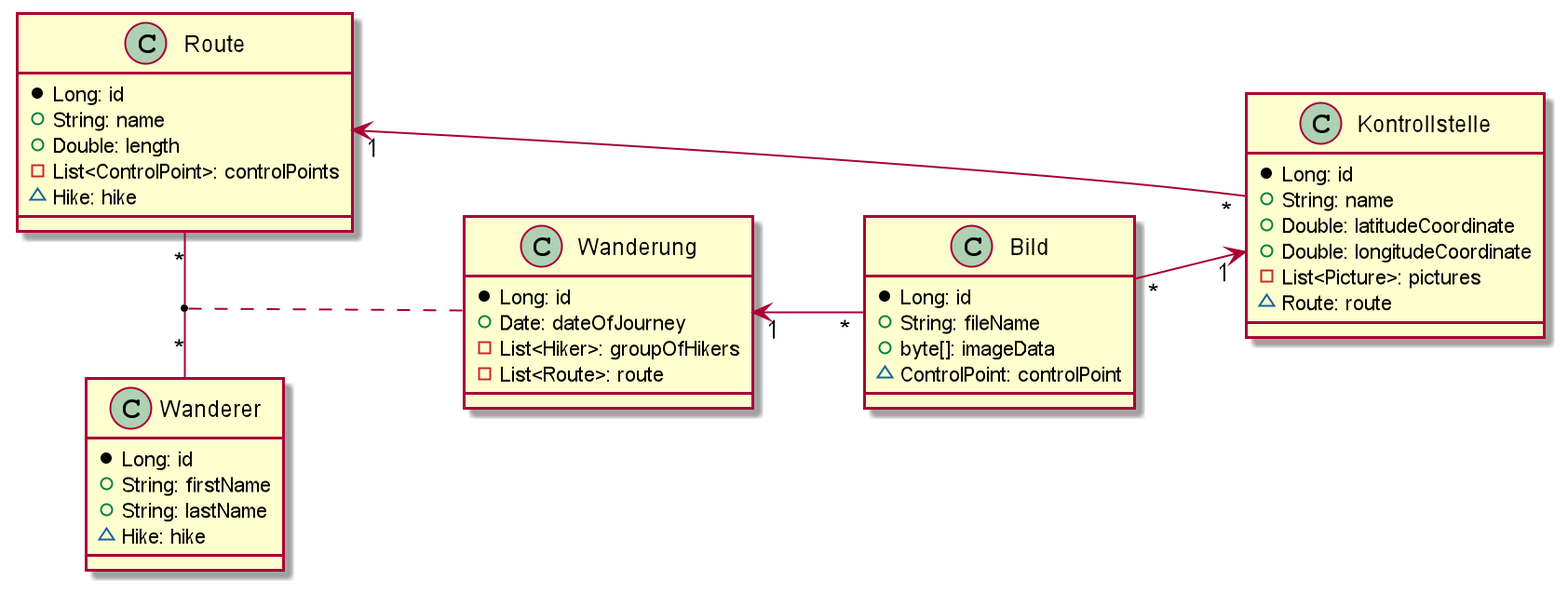
Earlier version of the PlantUML export asciidocs/images/uml.png (htl-leonding-project/primeval-forest-route).
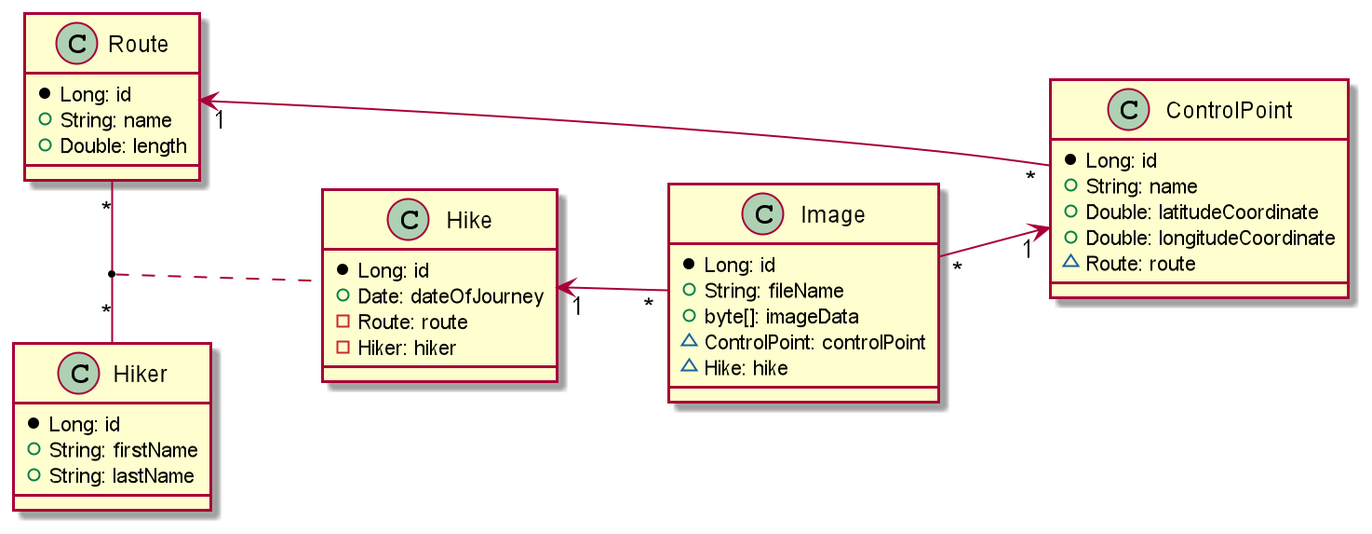
Above is the later version.

Diff of the diagram source:
```diff
@@ -1,11 +1,10 @@
 @startuml
 left to right direction
-class Kontrollstelle {
+class ControlPoint {
     * Long: id
     + String: name
     + Double: latitudeCoordinate
     + Double: longitudeCoordinate
-    - List<Picture>: pictures
     ~ Route: route
 }
 
@@ -13,38 +12,36 @@
     * Long: id
     + String: name
     + Double: length
-    - List<ControlPoint>: controlPoints
-    ~ Hike: hike
 }
 
-class Wanderung {
+class Hike {
     * Long: id
     + Date: dateOfJourney
-    - List<Hiker>: groupOfHikers
-    - List<Route>: route
+    - Route: route
+    - Hiker: hiker
 }
 
-class Wanderer {
+class Hiker {
     * Long: id
     + String: firstName
     + String: lastName
-    ~ Hike: hike
 }
 
-class Bild {
+class Image {
     * Long: id
     + String: fileName
     + byte[]: imageData
     ~ ControlPoint: controlPoint
+    ~ Hike: hike
 }
 
-Bild "*" --> "1" Kontrollstelle
+Image "*" --> "1" ControlPoint
 
-Kontrollstelle "*" --> "1" Route
+ControlPoint "*" --> "1" Route
 
-Route "*" - "*" Wanderer
-(Route, Wanderer) .. Wanderung
+Route "*" - "*" Hiker
+(Route, Hiker) .. Hike
 
 
-Wanderung "1" <-- "*" Bild
+Hike "1" <-- "*" Image
 @enduml
```
